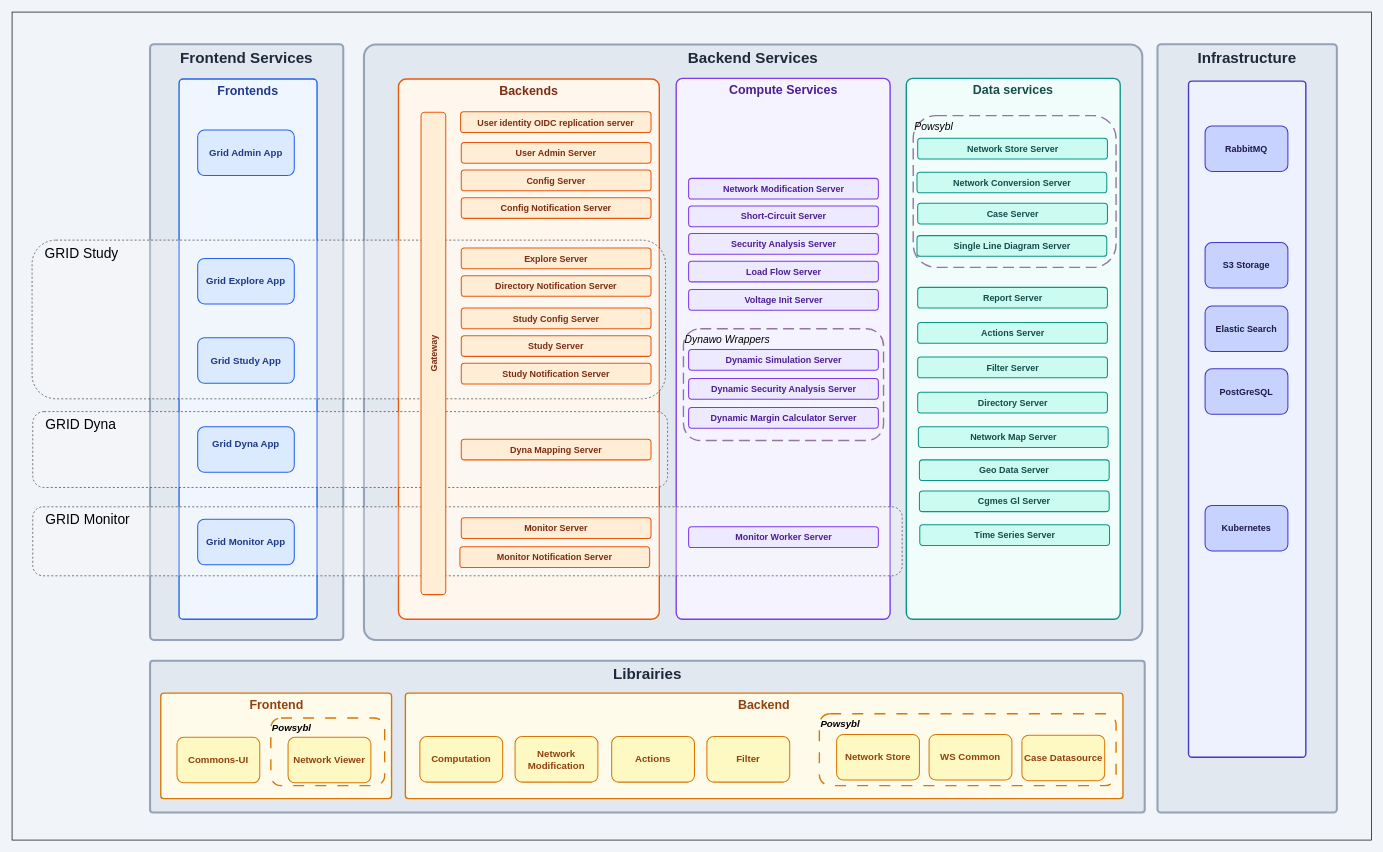
This is architecture/diagrams/BackendFrontend.drawio from gridsuite/documentation, a draw.io file, before an edit. Source tidied: cells renumbered, new cells numbered last; positions are measured from the earlier drawing's top-left corner, leaving out a move shared by most shapes. Both pictures are drawn from the tidied source at 69%, with x=0, y=0 at pixel (12, 12).
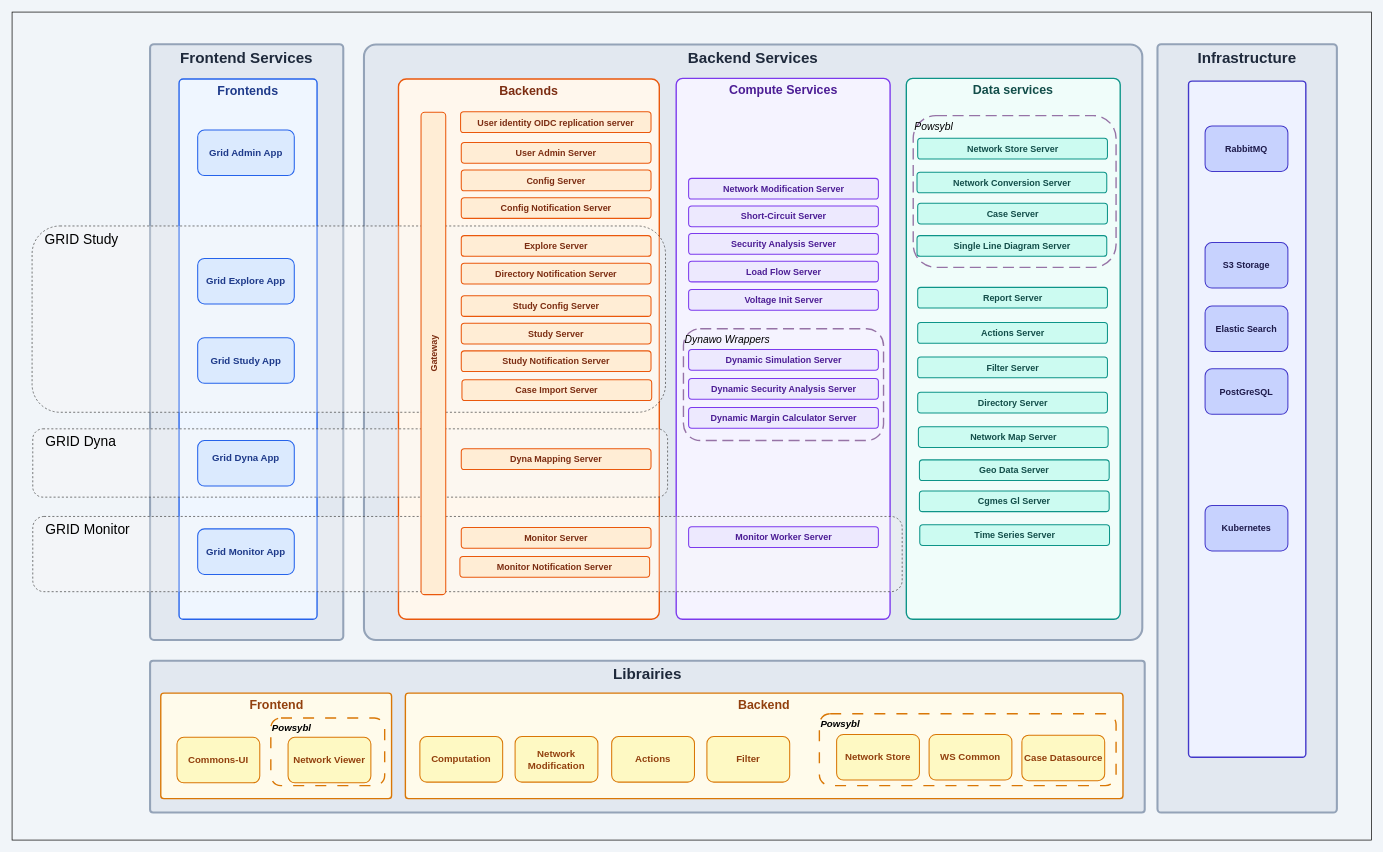
The same diagram, later.

Commit message (it also covers changes not shown here):
Add case import server in microservices list and diagram (#51)

Change to the diagram source:
```diff
@@
     <mxCell id="11" value="&amp;nbsp; &amp;nbsp;GRID Dyna" style="rounded=1;whiteSpace=wrap;html=1;fillColor=#F5F5F54D;align=left;verticalAlign=top;fontSize=20;strokeWidth=1;strokeColor=light-dark(#404040,#FFFFFF);fontFamily=Helvetica;fontColor=default;dashed=1;gradientColor=none;" parent="1" vertex="1">
-      <mxGeometry x="30" y="579" width="920" height="110" as="geometry" />
+      <mxGeometry x="30" y="604" width="920" height="99" as="geometry" />
     </mxCell>
     <mxCell id="12" value="Grid Dyna App&lt;div&gt;&lt;br&gt;&lt;/div&gt;" style="rounded=1;whiteSpace=wrap;html=1;fontSize=14;fontStyle=1;fillColor=#DBEAFE;strokeColor=#2563EB;strokeWidth=1.5;fontColor=#1E3A8A;" parent="1" vertex="1">
-      <mxGeometry x="269" y="601" width="140" height="66" as="geometry" />
+      <mxGeometry x="269" y="621" width="140" height="66" as="geometry" />
     </mxCell>
     <mxCell id="13" value="Dyna Mapping Server" style="rounded=1;whiteSpace=wrap;html=1;fontSize=13;fontStyle=1;fillColor=#FFEDD5;strokeColor=#EA580C;strokeWidth=1.5;fontColor=#7C2D12;" parent="1" vertex="1">
-      <mxGeometry x="651" y="619" width="275" height="30" as="geometry" />
+      <mxGeometry x="651" y="633" width="275" height="30" as="geometry" />
     </mxCell>
@@
     <mxCell id="15" value="   GRID Study " style="rounded=1;whiteSpace=wrap;html=1;fillColor=#F5F5F54D;align=left;verticalAlign=top;fontSize=20;strokeWidth=1;strokeColor=light-dark(#404040,#FFFFFF);gradientColor=none;dashed=1;" parent="1" vertex="1">
-      <mxGeometry x="29" y="330.5" width="918" height="230" as="geometry" />
+      <mxGeometry x="29" y="310" width="918" height="270" as="geometry" />
     </mxCell>
     <mxCell id="16" value="   GRID Monitor " style="rounded=1;whiteSpace=wrap;html=1;fillColor=#F5F5F54D;align=left;verticalAlign=top;fontSize=20;strokeWidth=1;strokeColor=light-dark(#404040,#FFFFFF);fontFamily=Helvetica;fontColor=default;dashed=1;gradientColor=none;" parent="1" vertex="1">
-      <mxGeometry x="30" y="717" width="1260" height="100" as="geometry" />
+      <mxGeometry x="30" y="731" width="1260" height="109" as="geometry" />
     </mxCell>
@@
     <mxCell id="21" value="Grid Monitor App" style="rounded=1;whiteSpace=wrap;html=1;fontSize=14;fontStyle=1;fillColor=#DBEAFE;strokeColor=#2563EB;strokeWidth=1.5;fontColor=#1E3A8A;" parent="1" vertex="1">
-      <mxGeometry x="269" y="735" width="140" height="66" as="geometry" />
+      <mxGeometry x="269" y="749" width="140" height="66" as="geometry" />
     </mxCell>
@@
     <mxCell id="25" value="Explore Server" style="rounded=1;whiteSpace=wrap;html=1;fontSize=13;fontStyle=1;fillColor=#FFEDD5;strokeColor=#EA580C;strokeWidth=1.5;fontColor=#7C2D12;" parent="1" vertex="1">
-      <mxGeometry x="651" y="342" width="275" height="30" as="geometry" />
+      <mxGeometry x="651" y="324" width="275" height="30" as="geometry" />
     </mxCell>
     <mxCell id="26" value="Directory Notification Server" style="rounded=1;whiteSpace=wrap;html=1;fontSize=13;fontStyle=1;fillColor=#FFEDD5;strokeColor=#EA580C;strokeWidth=1.5;fontColor=#7C2D12;" parent="1" vertex="1">
-      <mxGeometry x="651" y="382" width="275" height="30" as="geometry" />
+      <mxGeometry x="651" y="364" width="275" height="30" as="geometry" />
     </mxCell>
     <mxCell id="27" value="Study Config Server" style="rounded=1;whiteSpace=wrap;html=1;fontSize=13;fontStyle=1;fillColor=#FFEDD5;strokeColor=#EA580C;strokeWidth=1.5;fontColor=#7C2D12;" parent="1" vertex="1">
-      <mxGeometry x="651" y="429" width="275" height="30" as="geometry" />
+      <mxGeometry x="651" y="411" width="275" height="30" as="geometry" />
     </mxCell>
     <mxCell id="28" value="Study Server" style="rounded=1;whiteSpace=wrap;html=1;fontSize=13;fontStyle=1;fillColor=#FFEDD5;strokeColor=#EA580C;strokeWidth=1.5;fontColor=#7C2D12;" parent="1" vertex="1">
-      <mxGeometry x="651" y="469" width="275" height="30" as="geometry" />
+      <mxGeometry x="651" y="451" width="275" height="30" as="geometry" />
     </mxCell>
     <mxCell id="29" value="Study Notification Server" style="rounded=1;whiteSpace=wrap;html=1;fontSize=13;fontStyle=1;fillColor=#FFEDD5;strokeColor=#EA580C;strokeWidth=1.5;fontColor=#7C2D12;" parent="1" vertex="1">
-      <mxGeometry x="651" y="509" width="275" height="30" as="geometry" />
+      <mxGeometry x="651" y="491" width="275" height="30" as="geometry" />
     </mxCell>
     <mxCell id="30" value="Monitor Server" style="rounded=1;whiteSpace=wrap;html=1;fontSize=13;fontStyle=1;fillColor=#FFEDD5;strokeColor=#EA580C;strokeWidth=1.5;fontColor=#7C2D12;" parent="1" vertex="1">
-      <mxGeometry x="651" y="733" width="275" height="30" as="geometry" />
+      <mxGeometry x="651" y="747" width="275" height="30" as="geometry" />
     </mxCell>
@@
     <mxCell id="68" value="Monitor Notification Server" style="rounded=1;whiteSpace=wrap;html=1;fontSize=13;fontStyle=1;fillColor=#FFEDD5;strokeColor=#EA580C;strokeWidth=1.5;fontColor=#7C2D12;" parent="1" vertex="1">
-      <mxGeometry x="649" y="775" width="275" height="30" as="geometry" />
+      <mxGeometry x="649" y="789" width="275" height="30" as="geometry" />
     </mxCell>
@@
+    <mxCell id="74" value="Case Import Server" style="rounded=1;whiteSpace=wrap;html=1;fontSize=13;fontStyle=1;fillColor=#FFEDD5;strokeColor=#EA580C;strokeWidth=1.5;fontColor=#7C2D12;" parent="1" vertex="1">
+      <mxGeometry x="652" y="533" width="275" height="30" as="geometry" />
+    </mxCell>
```
